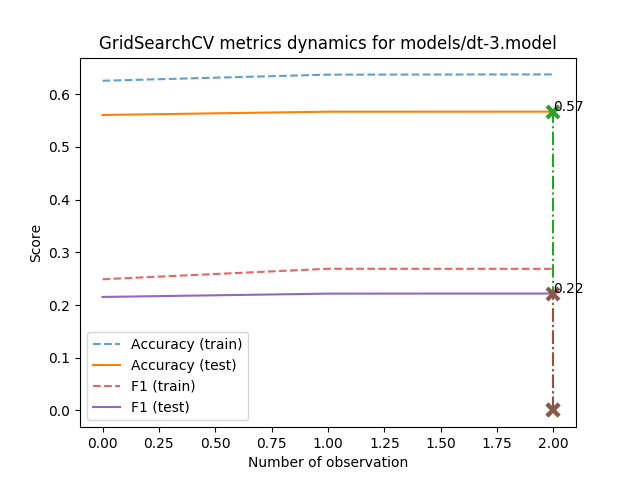
The Graphviz diagram models/dt-3.model_metrics.png in AverHLV/diploma-computations, before a commit. Its source is kept beside it as models/dt-3.model.dot.
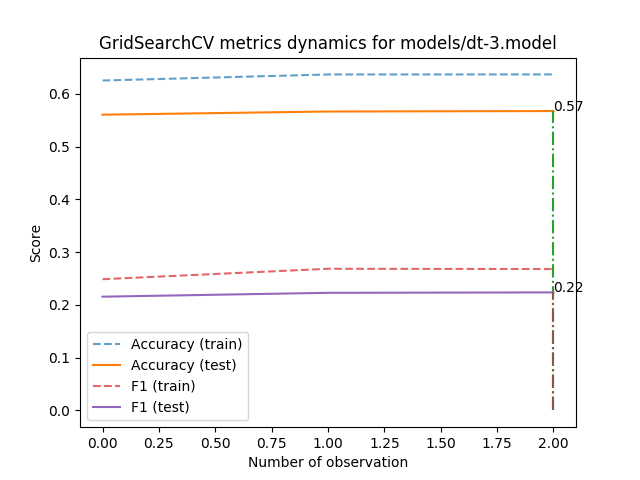
After the change.

The edit, as a diff of the source:
```diff
@@ -1,56 +1,56 @@
 digraph Tree {
 node [shape=box, style="filled", color="black"] ;
-0 [label="Topic <= 0.998\ngini = 0.558\nsamples = 12051\nvalue = [[26, 5159, 706, 4393, 1767]\n[313, 7320, 2413, 826, 1179]\n[151, 6567, 579, 4065, 689]\n...\n[12, 5670, 843, 3878, 1648]\n[8, 146, 66, 42, 11789]\n[17, 2031, 25, 7730, 2248]]", fillcolor="#fefcfb"] ;
-1 [label="ОБ <= -0.236\ngini = 0.542\nsamples = 9259\nvalue = [[24, 4626, 557, 2660, 1392]\n[265, 5767, 1736, 556, 935]\n[130, 5755, 479, 2259, 636]\n...\n[12, 4954, 440, 2457, 1396]\n[6, 124, 42, 34, 9053]\n[16, 1811, 17, 5816, 1599]]", fillcolor="#fdf6f0"] ;
+0 [label="Topic <= 0.998\ngini = 0.558\nsamples = 12051\nvalue = [[29, 5150, 701, 4436, 1735]\n[326, 7300, 2425, 833, 1167]\n[148, 6549, 590, 4075, 689]\n...\n[17, 5618, 869, 3946, 1601]\n[8, 143, 58, 41, 11801]\n[19, 2010, 23, 7768, 2231]]", fillcolor="#fffdfc"] ;
+1 [label="ОБ <= -0.236\ngini = 0.543\nsamples = 9246\nvalue = [[25, 4621, 553, 2697, 1350]\n[276, 5764, 1738, 562, 906]\n[131, 5733, 486, 2256, 640]\n...\n[17, 4908, 455, 2513, 1353]\n[7, 124, 31, 33, 9051]\n[18, 1791, 15, 5841, 1581]]", fillcolor="#fdf6f1"] ;
 0 -> 1 [labeldistance=2.5, labelangle=45, headlabel="True"] ;
-5 [label="Позафракційні <= -1.95\ngini = 0.535\nsamples = 2461\nvalue = [[15, 1355, 99, 535, 457]\n[41, 1607, 296, 173, 344]\n[32, 1475, 78, 547, 329]\n...\n[6, 1285, 98, 625, 447]\n[2, 20, 9, 0, 2430]\n[10, 399, 1, 1379, 672]]", fillcolor="#fcf3eb"] ;
+5 [label="Екогрупа <= -2.473\ngini = 0.535\nsamples = 2493\nvalue = [[15, 1360, 105, 559, 454]\n[46, 1638, 302, 168, 339]\n[33, 1483, 84, 550, 343]\n...\n[8, 1285, 107, 648, 445]\n[2, 16, 7, 1, 2467]\n[12, 383, 1, 1430, 667]]", fillcolor="#fdf3ec"] ;
 1 -> 5 ;
-7 [label="gini = 0.413\nsamples = 209\nvalue = [[2, 25, 4, 108, 70]\n[0, 114, 38, 35, 22]\n[1, 41, 4, 126, 37]\n...\n[1, 25, 4, 101, 78]\n[0, 0, 0, 0, 209]\n[0, 3, 0, 40, 166]]", fillcolor="#f2be9a"] ;
+7 [label="gini = 0.465\nsamples = 288\nvalue = [[2, 50, 1, 144, 91]\n[0, 180, 45, 30, 33]\n[1, 73, 5, 164, 45]\n...\n[0, 45, 21, 132, 90]\n[0, 0, 0, 0, 288]\n[5, 14, 0, 16, 253]]", fillcolor="#f6d5bd"] ;
 5 -> 7 ;
-8 [label="ВОБ <= -0.559\ngini = 0.522\nsamples = 2252\nvalue = [[13, 1330, 95, 427, 387]\n[41, 1493, 258, 138, 322]\n[31, 1434, 74, 421, 292]\n...\n[5, 1260, 94, 524, 369]\n[2, 20, 9, 0, 2221]\n[10, 396, 1, 1339, 506]]", fillcolor="#fbede2"] ;
+8 [label="НФ <= 0.032\ngini = 0.519\nsamples = 2205\nvalue = [[13, 1310, 104, 415, 363]\n[46, 1458, 257, 138, 306]\n[32, 1410, 79, 386, 298]\n...\n[8, 1240, 86, 516, 355]\n[2, 16, 7, 1, 2179]\n[7, 369, 1, 1414, 414]]", fillcolor="#fbece1"] ;
 5 -> 8 ;
-23 [label="gini = 0.527\nsamples = 560\nvalue = [[0, 272, 19, 153, 116]\n[8, 294, 53, 40, 165]\n[7, 307, 29, 150, 67]\n...\n[0, 270, 12, 202, 76]\n[0, 0, 0, 0, 560]\n[0, 110, 0, 351, 99]]", fillcolor="#fcefe6"] ;
+23 [label="gini = 0.51\nsamples = 913\nvalue = [[3, 536, 32, 217, 125]\n[13, 647, 72, 57, 124]\n[11, 554, 25, 165, 158]\n...\n[1, 529, 19, 278, 86]\n[0, 1, 0, 0, 912]\n[3, 109, 0, 661, 140]]", fillcolor="#fae8db"] ;
 8 -> 23 ;
-24 [label="gini = 0.505\nsamples = 1692\nvalue = [[13, 1058, 76, 274, 271]\n[33, 1199, 205, 98, 157]\n[24, 1127, 45, 271, 225]\n...\n[5, 990, 82, 322, 293]\n[2, 20, 9, 0, 1661]\n[10, 286, 1, 988, 407]]", fillcolor="#fae6d7"] ;
+24 [label="gini = 0.506\nsamples = 1292\nvalue = [[10, 774, 72, 198, 238]\n[33, 811, 185, 81, 182]\n[21, 856, 54, 221, 140]\n...\n[7, 711, 67, 238, 269]\n[2, 15, 7, 1, 1267]\n[4, 260, 1, 753, 274]]", fillcolor="#fae6d8"] ;
 8 -> 24 ;
-6 [label="Topic <= -1.596\ngini = 0.534\nsamples = 6798\nvalue = [[9, 3271, 458, 2125, 935]\n[224, 4160, 1440, 383, 591]\n[98, 4280, 401, 1712, 307]\n...\n[6, 3669, 342, 1832, 949]\n[4, 104, 33, 34, 6623]\n[6, 1412, 16, 4437, 927]]", fillcolor="#fcf2eb"] ;
+6 [label="Topic <= -1.596\ngini = 0.535\nsamples = 6753\nvalue = [[10, 3261, 448, 2138, 896]\n[230, 4126, 1436, 394, 567]\n[98, 4250, 402, 1706, 297]\n...\n[9, 3623, 348, 1865, 908]\n[5, 108, 24, 32, 6584]\n[6, 1408, 14, 4411, 914]]", fillcolor="#fdf3ec"] ;
 1 -> 6 ;
-11 [label="gini = 0.47\nsamples = 330\nvalue = [[2, 95, 52, 158, 23]\n[6, 235, 63, 12, 14]\n[0, 80, 58, 190, 2]\n...\n[1, 82, 80, 127, 40]\n[0, 22, 0, 15, 293]\n[0, 21, 0, 232, 77]]", fillcolor="#f7d7c0"] ;
-6 -> 11 ;
-12 [label="НФ <= 0.392\ngini = 0.529\nsamples = 6468\nvalue = [[7, 3176, 406, 1967, 912]\n[218, 3925, 1377, 371, 577]\n[98, 4200, 343, 1522, 305]\n...\n[5, 3587, 262, 1705, 909]\n[4, 82, 33, 19, 6330]\n[6, 1391, 16, 4205, 850]]", fillcolor="#fcf0e7"] ;
-6 -> 12 ;
-13 [label="Екогрупа <= -1.414\ngini = 0.519\nsamples = 3935\nvalue = [[4, 1817, 203, 1306, 605]\n[111, 2514, 853, 212, 245]\n[46, 2516, 189, 962, 222]\n...\n[4, 2278, 175, 1131, 347]\n[3, 21, 15, 11, 3885]\n[4, 897, 11, 2582, 441]]", fillcolor="#fbece1"] ;
-12 -> 13 ;
-21 [label="gini = 0.476\nsamples = 198\nvalue = [[0, 57, 11, 92, 38]\n[3, 122, 32, 5, 36]\n[0, 69, 4, 125, 0]\n...\n[0, 76, 10, 84, 28]\n[0, 2, 0, 0, 196]\n[0, 13, 0, 51, 134]]", fillcolor="#f7d9c4"] ;
+9 [label="gini = 0.469\nsamples = 333\nvalue = [[1, 97, 55, 156, 24]\n[4, 243, 61, 11, 14]\n[0, 87, 65, 179, 2]\n...\n[1, 78, 82, 127, 45]\n[0, 24, 1, 16, 292]\n[0, 25, 0, 233, 75]]", fillcolor="#f7d7bf"] ;
+6 -> 9 ;
+10 [label="НФ <= 0.573\ngini = 0.53\nsamples = 6420\nvalue = [[9, 3164, 393, 1982, 872]\n[226, 3883, 1375, 383, 553]\n[98, 4163, 337, 1527, 295]\n...\n[8, 3545, 266, 1738, 863]\n[5, 84, 23, 16, 6292]\n[6, 1383, 14, 4178, 839]]", fillcolor="#fcf1e9"] ;
+6 -> 10 ;
+13 [label="Екогрупа <= -1.414\ngini = 0.522\nsamples = 4407\nvalue = [[4, 2037, 233, 1494, 639]\n[128, 2778, 973, 242, 286]\n[51, 2815, 212, 1108, 221]\n...\n[7, 2552, 193, 1260, 395]\n[2, 28, 11, 10, 4356]\n[3, 984, 9, 2897, 514]]", fillcolor="#fbede3"] ;
+10 -> 13 ;
+21 [label="gini = 0.487\nsamples = 224\nvalue = [[0, 67, 11, 109, 37]\n[4, 140, 39, 3, 38]\n[0, 87, 5, 132, 0]\n...\n[0, 89, 12, 95, 28]\n[0, 2, 0, 0, 222]\n[0, 16, 0, 64, 144]]", fillcolor="#f8decb"] ;
 13 -> 21 ;
-22 [label="gini = 0.514\nsamples = 3737\nvalue = [[4, 1760, 192, 1214, 567]\n[108, 2392, 821, 207, 209]\n[46, 2447, 185, 837, 222]\n...\n[4, 2202, 165, 1047, 319]\n[3, 19, 15, 11, 3689]\n[4, 884, 11, 2531, 307]]", fillcolor="#fbe9dd"] ;
+22 [label="gini = 0.518\nsamples = 4183\nvalue = [[4, 1970, 222, 1385, 602]\n[124, 2638, 934, 239, 248]\n[51, 2728, 207, 976, 221]\n...\n[7, 2463, 181, 1165, 367]\n[2, 26, 11, 10, 4134]\n[3, 968, 9, 2833, 370]]", fillcolor="#fbebe0"] ;
 13 -> 22 ;
-14 [label="gini = 0.53\nsamples = 2533\nvalue = [[3, 1359, 203, 661, 307]\n[107, 1411, 524, 159, 332]\n[52, 1684, 154, 560, 83]\n...\n[1, 1309, 87, 574, 562]\n[1, 61, 18, 8, 2445]\n[2, 494, 5, 1623, 409]]", fillcolor="#fcf0e8"] ;
-12 -> 14 ;
-2 [label="НФ <= -0.149\ngini = 0.525\nsamples = 2792\nvalue = [[2, 533, 149, 1733, 375]\n[48, 1553, 677, 270, 244]\n[21, 812, 100, 1806, 53]\n...\n[0, 716, 403, 1421, 252]\n[2, 22, 24, 8, 2736]\n[1, 220, 8, 1914, 649]]", fillcolor="#fceee5"] ;
+14 [label="gini = 0.529\nsamples = 2013\nvalue = [[5, 1127, 160, 488, 233]\n[98, 1105, 402, 141, 267]\n[47, 1348, 125, 419, 74]\n...\n[1, 993, 73, 478, 468]\n[3, 56, 12, 6, 1936]\n[3, 399, 5, 1281, 325]]", fillcolor="#fcf0e8"] ;
+10 -> 14 ;
+2 [label="НФ <= -0.149\ngini = 0.524\nsamples = 2805\nvalue = [[4, 529, 148, 1739, 385]\n[50, 1536, 687, 271, 261]\n[17, 816, 104, 1819, 49]\n...\n[0, 710, 414, 1433, 248]\n[1, 19, 27, 8, 2750]\n[1, 219, 8, 1927, 650]]", fillcolor="#fceee5"] ;
 0 -> 2 [labeldistance=2.5, labelangle=-45, headlabel="False"] ;
-3 [label="Topic <= 1.016\ngini = 0.461\nsamples = 1883\nvalue = [[0, 154, 62, 1429, 238]\n[23, 989, 477, 221, 173]\n[2, 338, 41, 1476, 26]\n...\n[0, 350, 247, 1191, 95]\n[0, 3, 0, 1, 1879]\n[1, 71, 3, 1357, 451]]", fillcolor="#f6d3b9"] ;
+3 [label="Topic <= 1.016\ngini = 0.46\nsamples = 1881\nvalue = [[1, 147, 57, 1431, 245]\n[24, 981, 474, 222, 180]\n[1, 329, 46, 1479, 26]\n...\n[0, 340, 246, 1203, 92]\n[0, 2, 2, 1, 1876]\n[1, 66, 2, 1366, 446]]", fillcolor="#f6d2b9"] ;
 2 -> 3 ;
-9 [label="Екогрупа <= -0.566\ngini = 0.349\nsamples = 578\nvalue = [[0, 2, 27, 503, 46]\n[7, 398, 11, 104, 58]\n[0, 48, 9, 521, 0]\n...\n[0, 42, 148, 349, 39]\n[0, 0, 0, 0, 578]\n[0, 0, 0, 423, 155]]", fillcolor="#eca36e"] ;
-3 -> 9 ;
-25 [label="gini = 0.27\nsamples = 195\nvalue = [[0, 1, 24, 169, 1]\n[2, 106, 2, 49, 36]\n[0, 0, 3, 192, 0]\n...\n[0, 7, 10, 140, 38]\n[0, 0, 0, 0, 195]\n[0, 0, 0, 42, 153]]", fillcolor="#e58139"] ;
-9 -> 25 ;
-26 [label="gini = 0.324\nsamples = 383\nvalue = [[0, 1, 3, 334, 45]\n[5, 292, 9, 55, 22]\n[0, 48, 6, 329, 0]\n...\n[0, 35, 138, 209, 1]\n[0, 0, 0, 0, 383]\n[0, 0, 0, 381, 2]]", fillcolor="#ea985e"] ;
-9 -> 26 ;
-10 [label="Topic <= 1.421\ngini = 0.469\nsamples = 1305\nvalue = [[0, 152, 35, 926, 192]\n[16, 591, 466, 117, 115]\n[2, 290, 32, 955, 26]\n...\n[0, 308, 99, 842, 56]\n[0, 3, 0, 1, 1301]\n[1, 71, 3, 934, 296]]", fillcolor="#f7d6bf"] ;
-3 -> 10 ;
-17 [label="gini = 0.531\nsamples = 213\nvalue = [[0, 86, 12, 72, 43]\n[7, 120, 44, 8, 34]\n[1, 121, 4, 70, 17]\n...\n[0, 106, 9, 75, 23]\n[0, 2, 0, 0, 211]\n[1, 42, 0, 112, 58]]", fillcolor="#fcf1e8"] ;
-10 -> 17 ;
-18 [label="Topic <= 1.439\ngini = 0.429\nsamples = 1092\nvalue = [[0, 66, 23, 854, 149]\n[9, 471, 422, 109, 81]\n[1, 169, 28, 885, 9]\n...\n[0, 202, 90, 767, 33]\n[0, 1, 0, 1, 1090]\n[0, 29, 3, 822, 238]]", fillcolor="#f3c5a4"] ;
-10 -> 18 ;
-19 [label="gini = 0.341\nsamples = 446\nvalue = [[0, 15, 0, 359, 72]\n[5, 95, 243, 76, 27]\n[0, 37, 0, 409, 0]\n...\n[0, 53, 29, 350, 14]\n[0, 0, 0, 0, 446]\n[0, 4, 0, 380, 62]]", fillcolor="#eb9f69"] ;
+11 [label="Екогрупа <= -0.566\ngini = 0.352\nsamples = 571\nvalue = [[0, 2, 25, 497, 47]\n[5, 394, 13, 102, 57]\n[0, 44, 9, 518, 0]\n...\n[0, 43, 141, 347, 40]\n[0, 0, 0, 0, 571]\n[0, 1, 0, 423, 147]]", fillcolor="#eca470"] ;
+3 -> 11 ;
+25 [label="gini = 0.271\nsamples = 190\nvalue = [[0, 1, 23, 165, 1]\n[2, 101, 2, 51, 34]\n[0, 0, 3, 187, 0]\n...\n[0, 9, 6, 135, 40]\n[0, 0, 0, 0, 190]\n[0, 0, 0, 43, 147]]", fillcolor="#e58139"] ;
+11 -> 25 ;
+26 [label="gini = 0.327\nsamples = 381\nvalue = [[0, 1, 2, 332, 46]\n[3, 293, 11, 51, 23]\n[0, 44, 6, 331, 0]\n...\n[0, 34, 135, 212, 0]\n[0, 0, 0, 0, 381]\n[0, 1, 0, 380, 0]]", fillcolor="#ea995f"] ;
+11 -> 26 ;
+12 [label="Topic <= 1.421\ngini = 0.468\nsamples = 1310\nvalue = [[1, 145, 32, 934, 198]\n[19, 587, 461, 120, 123]\n[1, 285, 37, 961, 26]\n...\n[0, 297, 105, 856, 52]\n[0, 2, 2, 1, 1305]\n[1, 65, 2, 943, 299]]", fillcolor="#f6d6be"] ;
+3 -> 12 ;
+17 [label="gini = 0.532\nsamples = 218\nvalue = [[0, 84, 9, 80, 45]\n[7, 124, 41, 8, 38]\n[1, 127, 6, 69, 15]\n...\n[0, 102, 10, 85, 21]\n[0, 2, 2, 0, 214]\n[1, 39, 0, 113, 65]]", fillcolor="#fcf1ea"] ;
+12 -> 17 ;
+18 [label="Topic <= 1.439\ngini = 0.427\nsamples = 1092\nvalue = [[1, 61, 23, 854, 153]\n[12, 463, 420, 112, 85]\n[0, 158, 31, 892, 11]\n...\n[0, 195, 95, 771, 31]\n[0, 0, 0, 1, 1091]\n[0, 26, 2, 830, 234]]", fillcolor="#f3c4a2"] ;
+12 -> 18 ;
+19 [label="gini = 0.339\nsamples = 439\nvalue = [[0, 15, 0, 356, 68]\n[7, 97, 228, 81, 26]\n[0, 35, 0, 404, 0]\n...\n[0, 49, 29, 348, 13]\n[0, 0, 0, 0, 439]\n[0, 4, 0, 378, 57]]", fillcolor="#eb9e67"] ;
 18 -> 19 ;
-20 [label="gini = 0.443\nsamples = 646\nvalue = [[0, 51, 23, 495, 77]\n[4, 376, 179, 33, 54]\n[1, 132, 28, 476, 9]\n...\n[0, 149, 61, 417, 19]\n[0, 1, 0, 1, 644]\n[0, 25, 3, 442, 176]]", fillcolor="#f4cbad"] ;
+20 [label="gini = 0.44\nsamples = 653\nvalue = [[1, 46, 23, 498, 85]\n[5, 366, 192, 31, 59]\n[0, 123, 31, 488, 11]\n...\n[0, 146, 66, 423, 18]\n[0, 0, 0, 1, 652]\n[0, 22, 2, 452, 177]]", fillcolor="#f4caac"] ;
 18 -> 20 ;
-4 [label="Topic <= 1.016\ngini = 0.564\nsamples = 909\nvalue = [[2, 379, 87, 304, 137]\n[25, 564, 200, 49, 71]\n[19, 474, 59, 330, 27]\n...\n[0, 366, 156, 230, 157]\n[2, 19, 24, 7, 857]\n[0, 149, 5, 557, 198]]", fillcolor="#ffffff"] ;
+4 [label="Topic <= 1.016\ngini = 0.563\nsamples = 924\nvalue = [[3, 382, 91, 308, 140]\n[26, 555, 213, 49, 81]\n[16, 487, 58, 340, 23]\n...\n[0, 370, 168, 230, 156]\n[1, 17, 25, 7, 874]\n[0, 153, 6, 561, 204]]", fillcolor="#ffffff"] ;
 2 -> 4 ;
-15 [label="gini = 0.274\nsamples = 100\nvalue = [[0, 20, 27, 50, 3]\n[0, 81, 1, 8, 10]\n[0, 5, 0, 95, 0]\n...\n[0, 8, 70, 22, 0]\n[0, 0, 0, 0, 100]\n[0, 0, 0, 31, 69]]", fillcolor="#e5833c"] ;
+15 [label="gini = 0.281\nsamples = 107\nvalue = [[0, 25, 26, 52, 4]\n[1, 82, 2, 8, 14]\n[0, 6, 0, 101, 0]\n...\n[0, 8, 77, 22, 0]\n[0, 0, 0, 0, 107]\n[0, 0, 0, 38, 69]]", fillcolor="#e68540"] ;
 4 -> 15 ;
-16 [label="gini = 0.559\nsamples = 809\nvalue = [[2, 359, 60, 254, 134]\n[25, 483, 199, 41, 61]\n[19, 469, 59, 235, 27]\n...\n[0, 358, 86, 208, 157]\n[2, 19, 24, 7, 757]\n[0, 149, 5, 526, 129]]", fillcolor="#fffdfc"] ;
+16 [label="gini = 0.558\nsamples = 817\nvalue = [[3, 357, 65, 256, 136]\n[25, 473, 211, 41, 67]\n[16, 481, 58, 239, 23]\n...\n[0, 362, 91, 208, 156]\n[1, 17, 25, 7, 767]\n[0, 153, 6, 523, 135]]", fillcolor="#fffdfc"] ;
 4 -> 16 ;
 }
```
